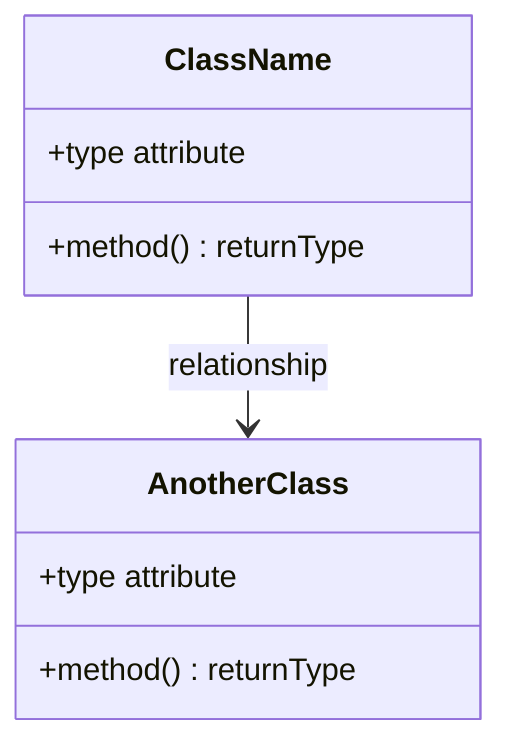
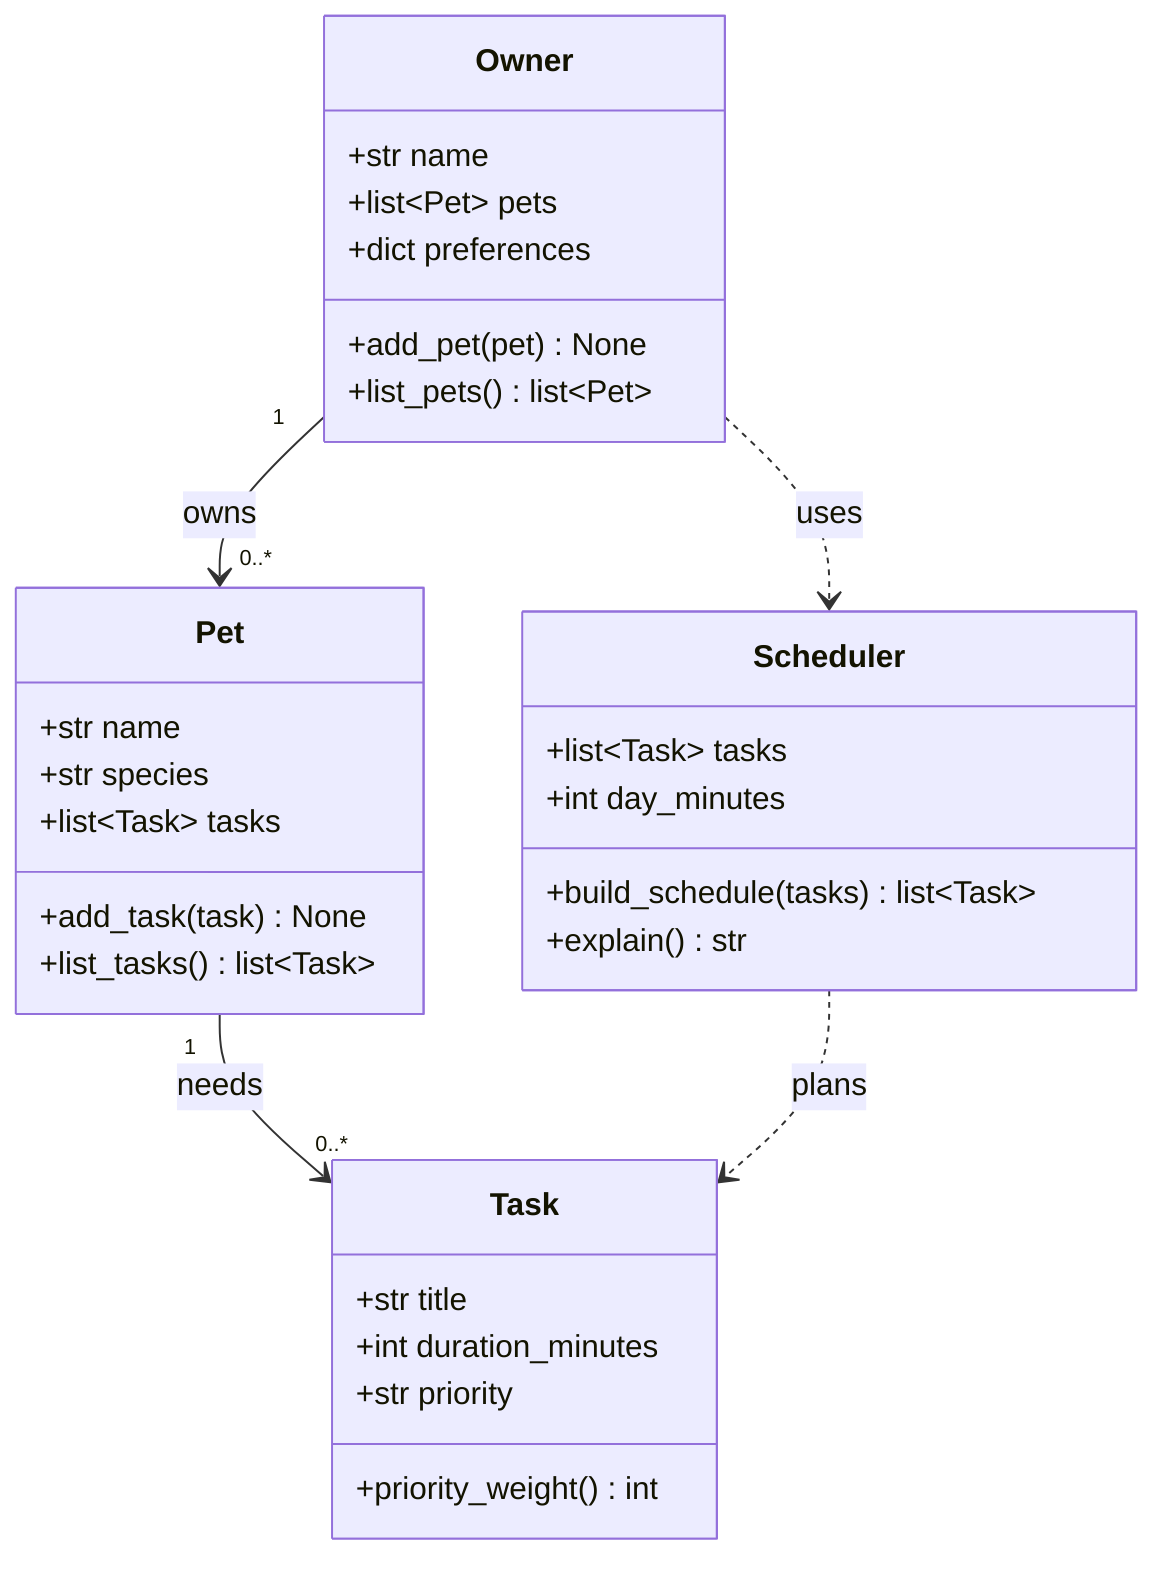
classDiagram
-     %% Replace the placeholders below with your actual classes, attributes, methods, and relationships.
-     %% Keep this file updated so it matches your final implementation.
+     %% PawPal+ — pet care planning assistant
+     %% Four core components: Owner, Pet, Task, Scheduler

-     class ClassName {
-         +type attribute
-         +method() returnType
+     class Owner {
+         +str name
+         +list~Pet~ pets
+         +dict preferences
+         +add_pet(pet) None
+         +list_pets() list~Pet~
    }

-     class AnotherClass {
-         +type attribute
-         +method() returnType
+     class Pet {
+         +str name
+         +str species
+         +list~Task~ tasks
+         +add_task(task) None
+         +list_tasks() list~Task~
    }

-     ClassName --> AnotherClass : relationship
+     class Task {
+         +str title
+         +int duration_minutes
+         +str priority
+         +priority_weight() int
+     }
+ 
+     class Scheduler {
+         +list~Task~ tasks
+         +int day_minutes
+         +build_schedule(tasks) list~Task~
+         +explain() str
+     }
+ 
+     Owner "1" --> "0..*" Pet : owns
+     Pet "1" --> "0..*" Task : needs
+     Scheduler ..> Task : plans
+     Owner ..> Scheduler : uses
